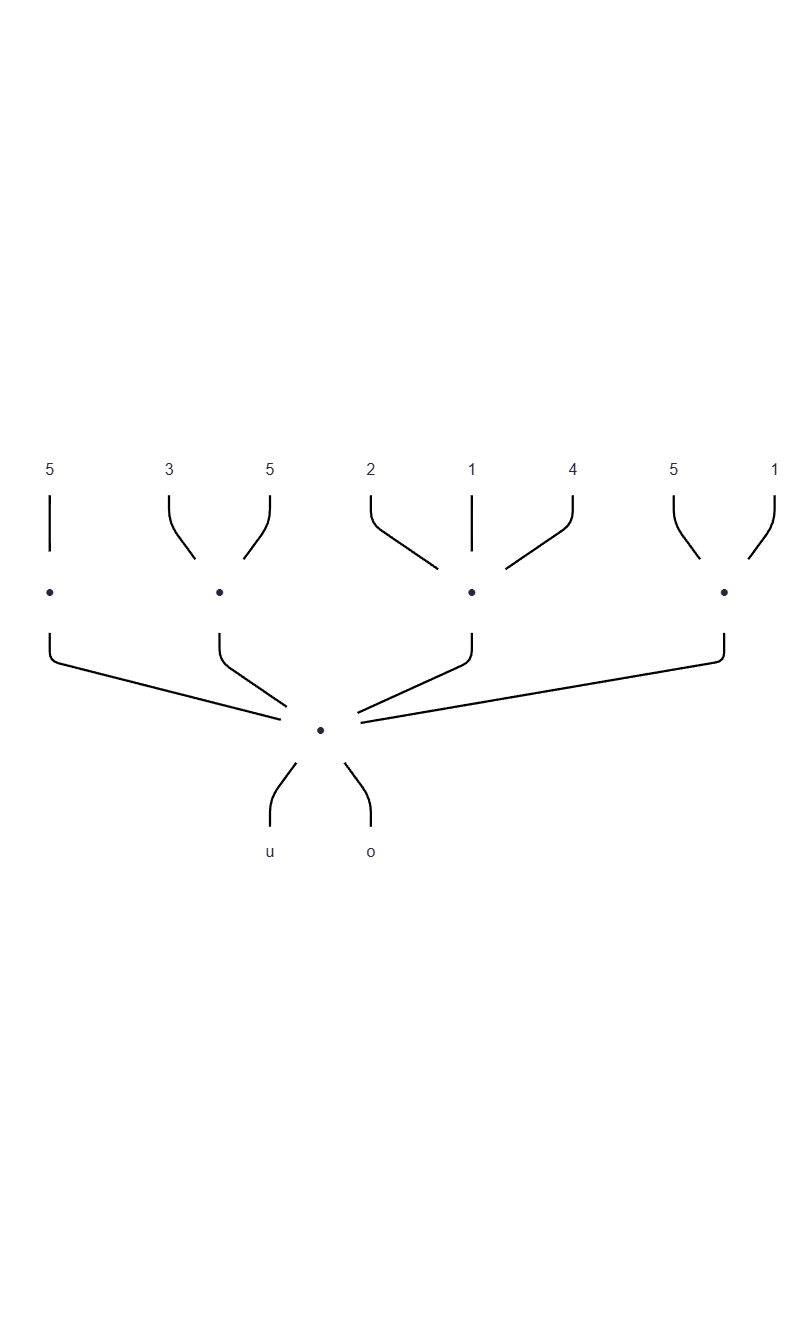
Above: YIME_Theory/flowchart/与质素相联结的调素_2.png in tsaanghwang/Yime-prototype (Mermaid), before the change. Its source is kept beside it as YIME_Theory/flowchart/与质素相联结的调素_2.mmd. Its diagram source:
```mermaid
graph BT

U[u] --- UO((●))
O[o] --- UO((●))

UO ---  B((●))
B ---  B1[5]

UO ---  C((●))
C ---  C1[3]
C ---  C2[5]

UO ---  D((●))
D ---  D1[2]
D --- D2[1]
D --- D3[4]

UO ---  E((●))
E ---  E1[5]
E --- E2[1]

classDef plain fill:none,stroke:none;
class U,O,UO,B,C,D,E,B1,C1,C2,D1,D2,D3,E1,E2,Title plain;
```
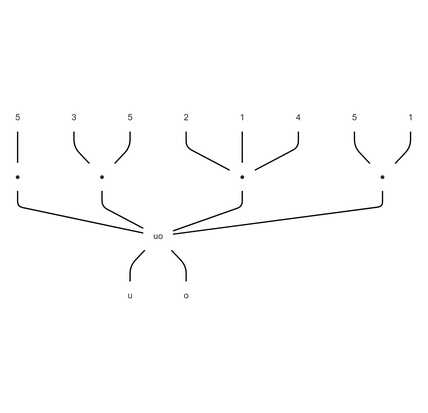
After the change.

The edit, as a diff of the source:
```diff
@@ -1,21 +1,21 @@
 graph BT
 
-U[u] --- UO((●))
-O[o] --- UO((●))
+U[u] --- UO(uo)
+O[o] --- UO(uo)
 
-UO ---  B((●))
+UO ---  B(●)
 B ---  B1[5]
 
-UO ---  C((●))
+UO ---  C(●)
 C ---  C1[3]
 C ---  C2[5]
 
-UO ---  D((●))
+UO ---  D(●)
 D ---  D1[2]
 D --- D2[1]
 D --- D3[4]
 
-UO ---  E((●))
+UO ---  E(●)
 E ---  E1[5]
 E --- E2[1]
 
```
